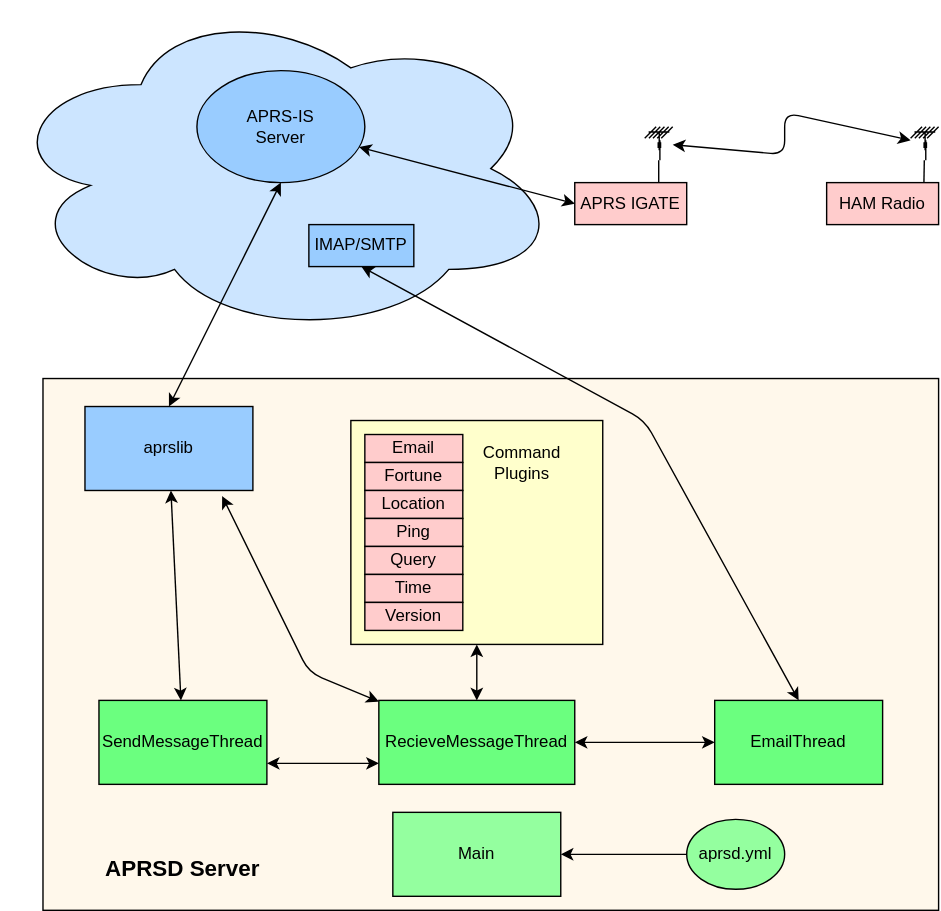
This is docs/_static/aprsd_overview.svg from craigerl/aprsd, a draw.io export, as it was before one commit. Source tidied: cells renumbered, new cells last; positions are measured from the earlier drawing's top-left corner, leaving out a move shared by most shapes.
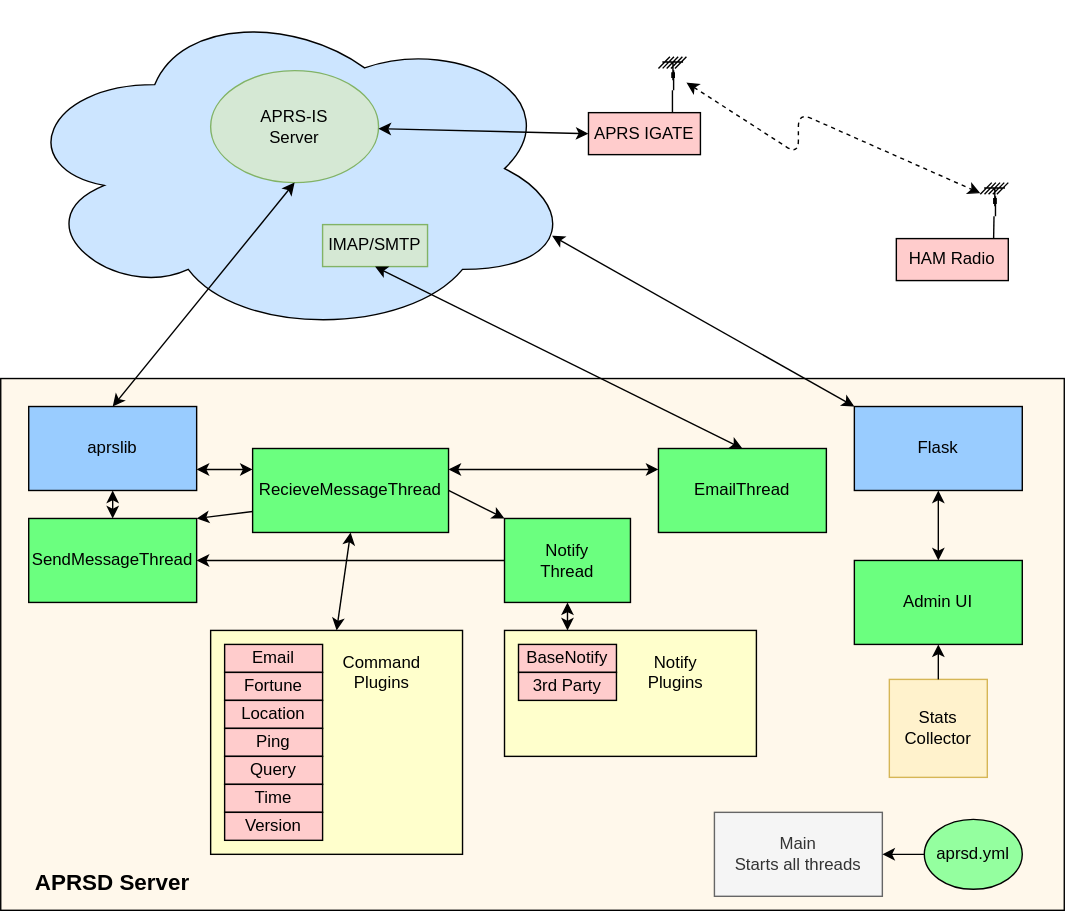
After the commit.

What changed in the source:
```diff
@@ -6,136 +6,171 @@
       <mxGeometry width="400" height="240" as="geometry" />
     </mxCell>
     <mxCell id="3" style="rounded=0;whiteSpace=wrap;html=1;fillColor=#FFF8EB;" parent="1" vertex="1">
-      <mxGeometry x="30" y="270" width="640" height="380" as="geometry" />
+      <mxGeometry x="-10" y="270" width="760" height="380" as="geometry" />
     </mxCell>
-    <mxCell id="4" value="Main" style="rounded=0;whiteSpace=wrap;html=1;fillColor=#94FF9F;" parent="1" vertex="1">
-      <mxGeometry x="280" y="580" width="120" height="60" as="geometry" />
+    <mxCell id="4" value="&lt;font style=&quot;font-size: 12px&quot;&gt;Main&lt;br&gt;Starts all threads&lt;br&gt;&lt;/font&gt;" style="rounded=0;whiteSpace=wrap;html=1;fillColor=#f5f5f5;strokeColor=#666666;fontColor=#333333;" parent="1" vertex="1">
+      <mxGeometry x="500" y="580" width="120" height="60" as="geometry" />
     </mxCell>
     <mxCell id="5" value="SendMessageThread" style="rounded=0;whiteSpace=wrap;html=1;fillColor=#6BFF7F;" parent="1" vertex="1">
-      <mxGeometry x="70" y="500" width="120" height="60" as="geometry" />
+      <mxGeometry x="10" y="370" width="120" height="60" as="geometry" />
     </mxCell>
     <mxCell id="6" value="EmailThread" style="rounded=0;whiteSpace=wrap;html=1;fillColor=#6BFF7F;" parent="1" vertex="1">
-      <mxGeometry x="510" y="500" width="120" height="60" as="geometry" />
+      <mxGeometry x="460" y="320" width="120" height="60" as="geometry" />
     </mxCell>
     <mxCell id="7" value="RecieveMessageThread" style="rounded=0;whiteSpace=wrap;html=1;fillColor=#6BFF7F;" parent="1" vertex="1">
-      <mxGeometry x="270" y="500" width="140" height="60" as="geometry" />
+      <mxGeometry x="170" y="320" width="140" height="60" as="geometry" />
     </mxCell>
     <mxCell id="8" value="aprsd.yml" style="ellipse;whiteSpace=wrap;html=1;fillColor=#94FF9F;" parent="1" vertex="1">
-      <mxGeometry x="490" y="585" width="70" height="50" as="geometry" />
+      <mxGeometry x="650" y="585" width="70" height="50" as="geometry" />
     </mxCell>
     <mxCell id="9" style="endArrow=classic;html=1;entryX=1;entryY=0.5;entryDx=0;entryDy=0;exitX=0;exitY=0.5;exitDx=0;exitDy=0;" parent="1" edge="1" source="8" target="4">
       <mxGeometry relative="1" as="geometry" />
     </mxCell>
-    <mxCell id="10" style="endArrow=classic;html=1;entryX=0.5;entryY=1;entryDx=0;entryDy=0;" parent="1" edge="1" target="7">
-      <mxGeometry relative="1" as="geometry">
-        <mxPoint x="340" y="560" as="sourcePoint" />
-      </mxGeometry>
+    <mxCell id="10" value="&lt;font style=&quot;font-size: 16px&quot;&gt;&lt;b&gt;APRSD Server&lt;/b&gt;&lt;/font&gt;" style="text;html=1;strokeColor=none;fillColor=none;align=center;verticalAlign=middle;whiteSpace=wrap;rounded=0;" parent="1" vertex="1">
+      <mxGeometry x="-10" y="610" width="160" height="40" as="geometry" />
     </mxCell>
-    <mxCell id="11" value="&lt;font style=&quot;font-size: 16px&quot;&gt;&lt;b&gt;APRSD Server&lt;/b&gt;&lt;/font&gt;" style="text;html=1;strokeColor=none;fillColor=none;align=center;verticalAlign=middle;whiteSpace=wrap;rounded=0;" parent="1" vertex="1">
-      <mxGeometry x="50" y="600" width="160" height="40" as="geometry" />
+    <mxCell id="11" value="IMAP/SMTP" style="rounded=0;whiteSpace=wrap;html=1;fillColor=#d5e8d4;strokeColor=#82b366;" parent="1" vertex="1">
+      <mxGeometry x="220" y="160" width="75" height="30" as="geometry" />
     </mxCell>
-    <mxCell id="12" value="IMAP/SMTP" style="rounded=0;whiteSpace=wrap;html=1;fillColor=#99CCFF;" parent="1" vertex="1">
-      <mxGeometry x="220" y="160" width="75" height="30" as="geometry" />
+    <mxCell id="12" value="APRS-IS&lt;br&gt;Server" style="ellipse;whiteSpace=wrap;html=1;fillColor=#d5e8d4;strokeColor=#82b366;" parent="1" vertex="1">
+      <mxGeometry x="140" y="50" width="120" height="80" as="geometry" />
     </mxCell>
-    <mxCell id="13" value="APRS-IS&lt;br&gt;Server" style="ellipse;whiteSpace=wrap;html=1;fillColor=#99CCFF;" parent="1" vertex="1">
-      <mxGeometry x="140" y="50" width="120" height="80" as="geometry" />
+    <mxCell id="13" style="endArrow=classic;startArrow=classic;html=1;entryX=1;entryY=0.75;entryDx=0;entryDy=0;exitX=0;exitY=0.25;exitDx=0;exitDy=0;" parent="1" edge="1" source="7" target="15">
+      <mxGeometry relative="1" as="geometry" />
     </mxCell>
-    <mxCell id="14" style="endArrow=classic;startArrow=classic;html=1;entryX=0.817;entryY=1.067;entryDx=0;entryDy=0;entryPerimeter=0;" parent="1" edge="1" source="7" target="16">
-      <mxGeometry relative="1" as="geometry">
-        <Array as="points">
-          <mxPoint x="220" y="480" />
-        </Array>
-      </mxGeometry>
+    <mxCell id="14" style="endArrow=classic;startArrow=classic;html=1;" parent="1" edge="1" source="5" target="15">
+      <mxGeometry relative="1" as="geometry" />
     </mxCell>
-    <mxCell id="15" style="endArrow=classic;startArrow=classic;html=1;" parent="1" edge="1" source="5" target="16">
-      <mxGeometry relative="1" as="geometry" />
+    <mxCell id="15" value="aprslib" style="rounded=0;whiteSpace=wrap;html=1;fillColor=#99CCFF;" parent="1" vertex="1">
+      <mxGeometry x="10" y="290" width="120" height="60" as="geometry" />
     </mxCell>
-    <mxCell id="16" value="aprslib" style="rounded=0;whiteSpace=wrap;html=1;fillColor=#99CCFF;" parent="1" vertex="1">
-      <mxGeometry x="60" y="290" width="120" height="60" as="geometry" />
+    <mxCell id="16" style="endArrow=classic;startArrow=classic;html=1;entryX=0.5;entryY=1;entryDx=0;entryDy=0;exitX=0.5;exitY=0;exitDx=0;exitDy=0;" parent="1" edge="1" source="15" target="12">
+      <mxGeometry relative="1" as="geometry" />
     </mxCell>
-    <mxCell id="17" style="endArrow=classic;startArrow=classic;html=1;entryX=0.5;entryY=1;entryDx=0;entryDy=0;exitX=0.5;exitY=0;exitDx=0;exitDy=0;" parent="1" edge="1" source="16" target="13">
+    <mxCell id="17" style="endArrow=classic;startArrow=classic;html=1;entryX=0.5;entryY=1;entryDx=0;entryDy=0;exitX=0.5;exitY=0;exitDx=0;exitDy=0;" parent="1" edge="1" source="6" target="11">
       <mxGeometry relative="1" as="geometry" />
     </mxCell>
-    <mxCell id="18" style="endArrow=classic;startArrow=classic;html=1;entryX=0.5;entryY=1;entryDx=0;entryDy=0;exitX=0.5;exitY=0;exitDx=0;exitDy=0;" parent="1" edge="1" source="6" target="12">
-      <mxGeometry relative="1" as="geometry">
-        <Array as="points">
-          <mxPoint x="460" y="300" />
-        </Array>
-      </mxGeometry>
+    <mxCell id="18" style="endArrow=classic;startArrow=classic;html=1;entryX=0;entryY=0.25;entryDx=0;entryDy=0;exitX=1;exitY=0.25;exitDx=0;exitDy=0;" parent="1" edge="1" source="7" target="6">
+      <mxGeometry relative="1" as="geometry" />
     </mxCell>
-    <mxCell id="19" style="endArrow=classic;startArrow=classic;html=1;entryX=0;entryY=0.5;entryDx=0;entryDy=0;exitX=1;exitY=0.5;exitDx=0;exitDy=0;" parent="1" edge="1" source="7" target="6">
+    <mxCell id="19" style="endArrow=classic;startArrow=classic;html=1;exitX=0.5;exitY=1;exitDx=0;exitDy=0;entryX=0.5;entryY=0;entryDx=0;entryDy=0;" parent="1" edge="1" source="7" target="21">
       <mxGeometry relative="1" as="geometry" />
     </mxCell>
-    <mxCell id="20" style="endArrow=classic;startArrow=classic;html=1;exitX=1;exitY=0.75;exitDx=0;exitDy=0;entryX=0;entryY=0.75;entryDx=0;entryDy=0;" parent="1" edge="1" source="5" target="7">
-      <mxGeometry relative="1" as="geometry" />
+    <mxCell id="20" style="group;" parent="1" vertex="1">
+      <mxGeometry x="140" y="450" width="180" height="160" as="geometry" />
     </mxCell>
-    <mxCell id="21" style="endArrow=classic;startArrow=classic;html=1;exitX=0.5;exitY=0;exitDx=0;exitDy=0;" parent="1" edge="1" source="7" target="23">
-      <mxGeometry relative="1" as="geometry" />
+    <mxCell id="21" style="rounded=0;whiteSpace=wrap;html=1;fillColor=#FFFFCC;" parent="20" vertex="1">
+      <mxGeometry width="180" height="160" as="geometry" />
     </mxCell>
-    <mxCell id="22" style="group;" parent="1" vertex="1">
-      <mxGeometry x="250" y="300" width="180" height="160" as="geometry" />
+    <mxCell id="22" value="Email" style="rounded=0;whiteSpace=wrap;html=1;fillColor=#FFCCCC;" parent="20" vertex="1">
+      <mxGeometry x="10" y="10" width="70" height="20" as="geometry" />
     </mxCell>
-    <mxCell id="23" style="rounded=0;whiteSpace=wrap;html=1;fillColor=#FFFFCC;" parent="22" vertex="1">
-      <mxGeometry width="180" height="160" as="geometry" />
+    <mxCell id="23" value="Fortune" style="rounded=0;whiteSpace=wrap;html=1;fillColor=#FFCCCC;" parent="20" vertex="1">
+      <mxGeometry x="10" y="30" width="70" height="20" as="geometry" />
     </mxCell>
-    <mxCell id="24" value="Email" style="rounded=0;whiteSpace=wrap;html=1;fillColor=#FFCCCC;" parent="22" vertex="1">
-      <mxGeometry x="10" y="10" width="70" height="20" as="geometry" />
+    <mxCell id="24" value="Location" style="rounded=0;whiteSpace=wrap;html=1;fillColor=#FFCCCC;" parent="20" vertex="1">
+      <mxGeometry x="10" y="50" width="70" height="20" as="geometry" />
     </mxCell>
-    <mxCell id="25" value="Fortune" style="rounded=0;whiteSpace=wrap;html=1;fillColor=#FFCCCC;" parent="22" vertex="1">
-      <mxGeometry x="10" y="30" width="70" height="20" as="geometry" />
+    <mxCell id="25" value="Ping" style="rounded=0;whiteSpace=wrap;html=1;fillColor=#FFCCCC;" parent="20" vertex="1">
+      <mxGeometry x="10" y="70" width="70" height="20" as="geometry" />
     </mxCell>
-    <mxCell id="26" value="Location" style="rounded=0;whiteSpace=wrap;html=1;fillColor=#FFCCCC;" parent="22" vertex="1">
-      <mxGeometry x="10" y="50" width="70" height="20" as="geometry" />
+    <mxCell id="26" value="Query" style="rounded=0;whiteSpace=wrap;html=1;fillColor=#FFCCCC;" parent="20" vertex="1">
+      <mxGeometry x="10" y="90" width="70" height="20" as="geometry" />
     </mxCell>
-    <mxCell id="27" value="Ping" style="rounded=0;whiteSpace=wrap;html=1;fillColor=#FFCCCC;" parent="22" vertex="1">
-      <mxGeometry x="10" y="70" width="70" height="20" as="geometry" />
+    <mxCell id="27" value="Time" style="rounded=0;whiteSpace=wrap;html=1;fillColor=#FFCCCC;" parent="20" vertex="1">
+      <mxGeometry x="10" y="110" width="70" height="20" as="geometry" />
     </mxCell>
-    <mxCell id="28" value="Query" style="rounded=0;whiteSpace=wrap;html=1;fillColor=#FFCCCC;" parent="22" vertex="1">
-      <mxGeometry x="10" y="90" width="70" height="20" as="geometry" />
+    <mxCell id="28" value="Version" style="rounded=0;whiteSpace=wrap;html=1;fillColor=#FFCCCC;" parent="20" vertex="1">
+      <mxGeometry x="10" y="130" width="70" height="20" as="geometry" />
     </mxCell>
-    <mxCell id="29" value="Time" style="rounded=0;whiteSpace=wrap;html=1;fillColor=#FFCCCC;" parent="22" vertex="1">
-      <mxGeometry x="10" y="110" width="70" height="20" as="geometry" />
+    <mxCell id="29" value="Command&lt;br&gt;Plugins" style="text;html=1;strokeColor=none;fillColor=none;align=center;verticalAlign=middle;whiteSpace=wrap;rounded=0;" parent="20" vertex="1">
+      <mxGeometry x="80" y="10" width="85" height="40" as="geometry" />
     </mxCell>
-    <mxCell id="30" value="Version" style="rounded=0;whiteSpace=wrap;html=1;fillColor=#FFCCCC;" parent="22" vertex="1">
-      <mxGeometry x="10" y="130" width="70" height="20" as="geometry" />
+    <mxCell id="30" style="endArrow=classic;startArrow=classic;html=1;entryX=0;entryY=0.5;entryDx=0;entryDy=0;" parent="1" edge="1" source="12" target="33">
+      <mxGeometry relative="1" as="geometry" />
     </mxCell>
-    <mxCell id="31" value="Command&lt;br&gt;Plugins" style="text;html=1;strokeColor=none;fillColor=none;align=center;verticalAlign=middle;whiteSpace=wrap;rounded=0;" parent="22" vertex="1">
-      <mxGeometry x="80" y="10" width="85" height="40" as="geometry" />
+    <mxCell id="31" style="group;" parent="1" vertex="1">
+      <mxGeometry x="410" y="40" width="80" height="70" as="geometry" />
     </mxCell>
-    <mxCell id="32" style="endArrow=classic;startArrow=classic;html=1;entryX=0;entryY=0.5;entryDx=0;entryDy=0;" parent="1" edge="1" source="13" target="35">
-      <mxGeometry relative="1" as="geometry" />
+    <mxCell id="32" style="shape=mxgraph.cisco.wireless.antenna;html=1;dashed=0;fillColor=#036897;strokeColor=#ffffff;strokeWidth=2;verticalLabelPosition=bottom;verticalAlign=top;align=center;outlineConnect=0;" parent="31" vertex="1">
+      <mxGeometry x="50" width="20" height="24" as="geometry" />
     </mxCell>
-    <mxCell id="33" style="group;" parent="1" vertex="1">
-      <mxGeometry x="410" y="90" width="80" height="70" as="geometry" />
+    <mxCell id="33" value="APRS IGATE" style="rounded=0;whiteSpace=wrap;html=1;fillColor=#FFCCCC;" parent="31" vertex="1">
+      <mxGeometry y="40" width="80" height="30" as="geometry" />
     </mxCell>
-    <mxCell id="34" style="shape=mxgraph.cisco.wireless.antenna;html=1;dashed=0;fillColor=#036897;strokeColor=#ffffff;strokeWidth=2;verticalLabelPosition=bottom;verticalAlign=top;align=center;outlineConnect=0;" parent="33" vertex="1">
-      <mxGeometry x="50" width="20" height="24" as="geometry" />
+    <mxCell id="34" style="endArrow=none;html=1;exitX=0.75;exitY=0;exitDx=0;exitDy=0;" parent="31" edge="1" source="33" target="32">
+      <mxGeometry relative="1" as="geometry" />
     </mxCell>
-    <mxCell id="35" value="APRS IGATE" style="rounded=0;whiteSpace=wrap;html=1;fillColor=#FFCCCC;" parent="33" vertex="1">
-      <mxGeometry y="40" width="80" height="30" as="geometry" />
+    <mxCell id="35" style="group;" parent="1" vertex="1">
+      <mxGeometry x="630" y="130" width="80" height="70" as="geometry" />
     </mxCell>
-    <mxCell id="36" style="endArrow=none;html=1;exitX=0.75;exitY=0;exitDx=0;exitDy=0;" parent="33" edge="1" source="35" target="34">
-      <mxGeometry relative="1" as="geometry" />
+    <mxCell id="36" style="shape=mxgraph.cisco.wireless.antenna;html=1;dashed=0;fillColor=#036897;strokeColor=#ffffff;strokeWidth=2;verticalLabelPosition=bottom;verticalAlign=top;align=center;outlineConnect=0;" parent="35" vertex="1">
+      <mxGeometry x="60" width="20" height="24" as="geometry" />
     </mxCell>
-    <mxCell id="37" style="group;" parent="1" vertex="1">
-      <mxGeometry x="590" y="90" width="80" height="70" as="geometry" />
+    <mxCell id="37" value="HAM Radio" style="rounded=0;whiteSpace=wrap;html=1;fillColor=#FFCCCC;" parent="35" vertex="1">
+      <mxGeometry y="40" width="80" height="30" as="geometry" />
     </mxCell>
-    <mxCell id="38" style="shape=mxgraph.cisco.wireless.antenna;html=1;dashed=0;fillColor=#036897;strokeColor=#ffffff;strokeWidth=2;verticalLabelPosition=bottom;verticalAlign=top;align=center;outlineConnect=0;" parent="37" vertex="1">
-      <mxGeometry x="60" width="20" height="24" as="geometry" />
+    <mxCell id="38" style="endArrow=none;html=1;entryX=0.869;entryY=-0.005;entryDx=0;entryDy=0;entryPerimeter=0;" parent="35" edge="1" source="36" target="37">
+      <mxGeometry relative="1" as="geometry" />
     </mxCell>
-    <mxCell id="39" value="HAM Radio" style="rounded=0;whiteSpace=wrap;html=1;fillColor=#FFCCCC;" parent="37" vertex="1">
-      <mxGeometry y="40" width="80" height="30" as="geometry" />
+    <mxCell id="39" style="endArrow=classic;startArrow=classic;html=1;dashed=1;" parent="1" edge="1" source="32" target="36">
+      <mxGeometry relative="1" as="geometry">
+        <Array as="points">
+          <mxPoint x="560" y="110" />
+          <mxPoint x="560" y="80" />
+        </Array>
+      </mxGeometry>
     </mxCell>
-    <mxCell id="40" style="endArrow=none;html=1;entryX=0.869;entryY=-0.005;entryDx=0;entryDy=0;entryPerimeter=0;" parent="37" edge="1" source="38" target="39">
-      <mxGeometry relative="1" as="geometry" />
+    <mxCell id="40" value="Notify&lt;br&gt;Thread" style="rounded=0;whiteSpace=wrap;html=1;fillColor=#6BFF7F;" parent="1" vertex="1">
+      <mxGeometry x="350" y="370" width="90" height="60" as="geometry" />
     </mxCell>
-    <mxCell id="41" style="endArrow=classic;startArrow=classic;html=1;" parent="1" edge="1" source="34" target="38">
-      <mxGeometry relative="1" as="geometry">
-        <Array as="points">
-          <mxPoint x="560" y="110" />
-          <mxPoint x="560" y="80" />
-        </Array>
-      </mxGeometry>
+    <mxCell id="41" style="group;" parent="1" vertex="1">
+      <mxGeometry x="350" y="380" width="180" height="160" as="geometry" />
     </mxCell>
+    <mxCell id="42" style="group;" parent="41" vertex="1">
+      <mxGeometry y="70" width="180" height="90" as="geometry" />
+    </mxCell>
+    <mxCell id="43" style="rounded=0;whiteSpace=wrap;html=1;fillColor=#FFFFCC;" parent="42" vertex="1">
+      <mxGeometry width="180" height="90" as="geometry" />
+    </mxCell>
+    <mxCell id="44" value="BaseNotify" style="rounded=0;whiteSpace=wrap;html=1;fillColor=#FFCCCC;" parent="42" vertex="1">
+      <mxGeometry x="10" y="10" width="70" height="20" as="geometry" />
+    </mxCell>
+    <mxCell id="45" value="Notify &lt;br&gt;Plugins" style="text;html=1;strokeColor=none;fillColor=none;align=center;verticalAlign=middle;whiteSpace=wrap;rounded=0;" parent="42" vertex="1">
+      <mxGeometry x="80" y="10" width="85" height="40" as="geometry" />
+    </mxCell>
+    <mxCell id="46" value="3rd Party" style="rounded=0;whiteSpace=wrap;html=1;fillColor=#FFCCCC;" parent="42" vertex="1">
+      <mxGeometry x="10" y="30" width="70" height="20" as="geometry" />
+    </mxCell>
+    <mxCell id="47" style="endArrow=classic;startArrow=classic;html=1;entryX=0.25;entryY=0;entryDx=0;entryDy=0;exitX=0.5;exitY=1;exitDx=0;exitDy=0;" parent="1" edge="1" source="40" target="43">
+      <mxGeometry relative="1" as="geometry" />
+    </mxCell>
+    <mxCell id="48" style="endArrow=classic;html=1;exitX=1;exitY=0.5;exitDx=0;exitDy=0;entryX=0;entryY=0;entryDx=0;entryDy=0;" parent="1" edge="1" source="7" target="40">
+      <mxGeometry relative="1" as="geometry" />
+    </mxCell>
+    <mxCell id="49" style="endArrow=classic;html=1;exitX=0;exitY=0.75;exitDx=0;exitDy=0;entryX=1;entryY=0;entryDx=0;entryDy=0;" parent="1" edge="1" source="7" target="5">
+      <mxGeometry relative="1" as="geometry" />
+    </mxCell>
+    <mxCell id="50" style="endArrow=classic;html=1;exitX=0;exitY=0.5;exitDx=0;exitDy=0;entryX=1;entryY=0.5;entryDx=0;entryDy=0;" parent="1" edge="1" source="40" target="5">
+      <mxGeometry relative="1" as="geometry" />
+    </mxCell>
+    <mxCell id="51" value="Admin UI" style="rounded=0;whiteSpace=wrap;html=1;fillColor=#6BFF7F;" parent="1" vertex="1">
+      <mxGeometry x="600" y="400" width="120" height="60" as="geometry" />
+    </mxCell>
+    <mxCell id="52" style="endArrow=classic;startArrow=classic;html=1;entryX=0.96;entryY=0.7;entryDx=0;entryDy=0;entryPerimeter=0;exitX=0;exitY=0;exitDx=0;exitDy=0;" parent="1" edge="1" source="54" target="2">
+      <mxGeometry relative="1" as="geometry" />
+    </mxCell>
+    <mxCell id="53" value="Stats Collector" style="whiteSpace=wrap;html=1;fillColor=#fff2cc;strokeColor=#d6b656;" parent="1" vertex="1">
+      <mxGeometry x="625" y="485" width="70" height="70" as="geometry" />
+    </mxCell>
+    <mxCell id="54" value="Flask" style="rounded=0;whiteSpace=wrap;html=1;fillColor=#99CCFF;" parent="1" vertex="1">
+      <mxGeometry x="600" y="290" width="120" height="60" as="geometry" />
+    </mxCell>
+    <mxCell id="55" style="endArrow=classic;startArrow=classic;html=1;exitX=0.5;exitY=0;exitDx=0;exitDy=0;entryX=0.5;entryY=1;entryDx=0;entryDy=0;" parent="1" edge="1" source="51" target="54">
+      <mxGeometry relative="1" as="geometry" />
+    </mxCell>
+    <mxCell id="56" style="endArrow=classic;html=1;exitX=0.5;exitY=0;exitDx=0;exitDy=0;entryX=0.5;entryY=1;entryDx=0;entryDy=0;" parent="1" edge="1" source="53" target="51">
+      <mxGeometry relative="1" as="geometry" />
+    </mxCell>
   </root>
 </mxGraphModel>
```
